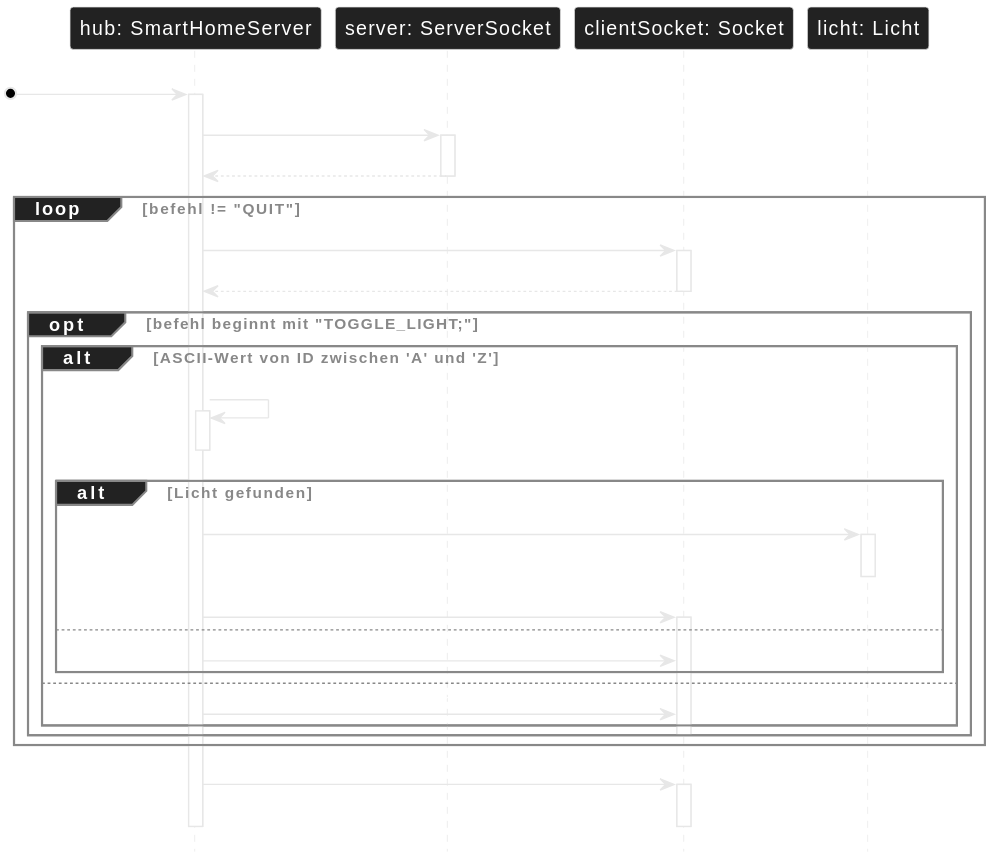
OnlyCook/abitur-elite-code keeps this PlantUML diagram as assets/img/sec5/lvl21-2.svg. Above is the earlier version.
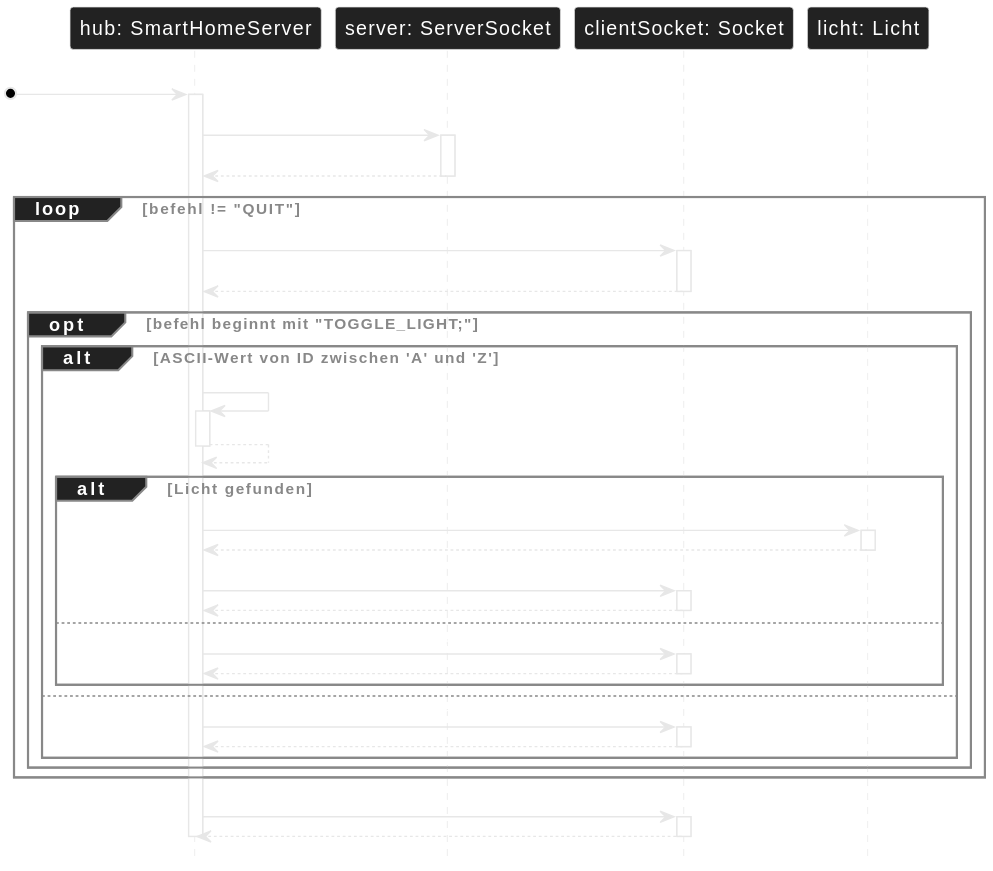
After the change.

Change to the diagram source:
```diff
@@ -26,24 +26,34 @@
     alt ASCII-Wert von ID zwischen 'A' und 'Z'
       S -> S : suche Licht
       activate S
+      S --> S
       deactivate S
       alt Licht gefunden
         S -> L : toggle()
         activate L
+        L --> S
         deactivate L
         S -> CS : write("+OK\\n")
         activate CS
+        CS --> S
+        deactivate CS
       else
         S -> CS : write("-ERR Licht nicht gefunden\\n")
+        activate CS
+        CS --> S
+        deactivate CS
       end
     else
       S -> CS : write("-ERR ungültige ID\\n")
+      activate CS
+      CS --> S
+      deactivate CS
     end
-  deactivate CS
   end
 end
 S -> CS : close()
 activate CS
+CS --> S
 deactivate CS
 deactivate S
 @enduml
```
